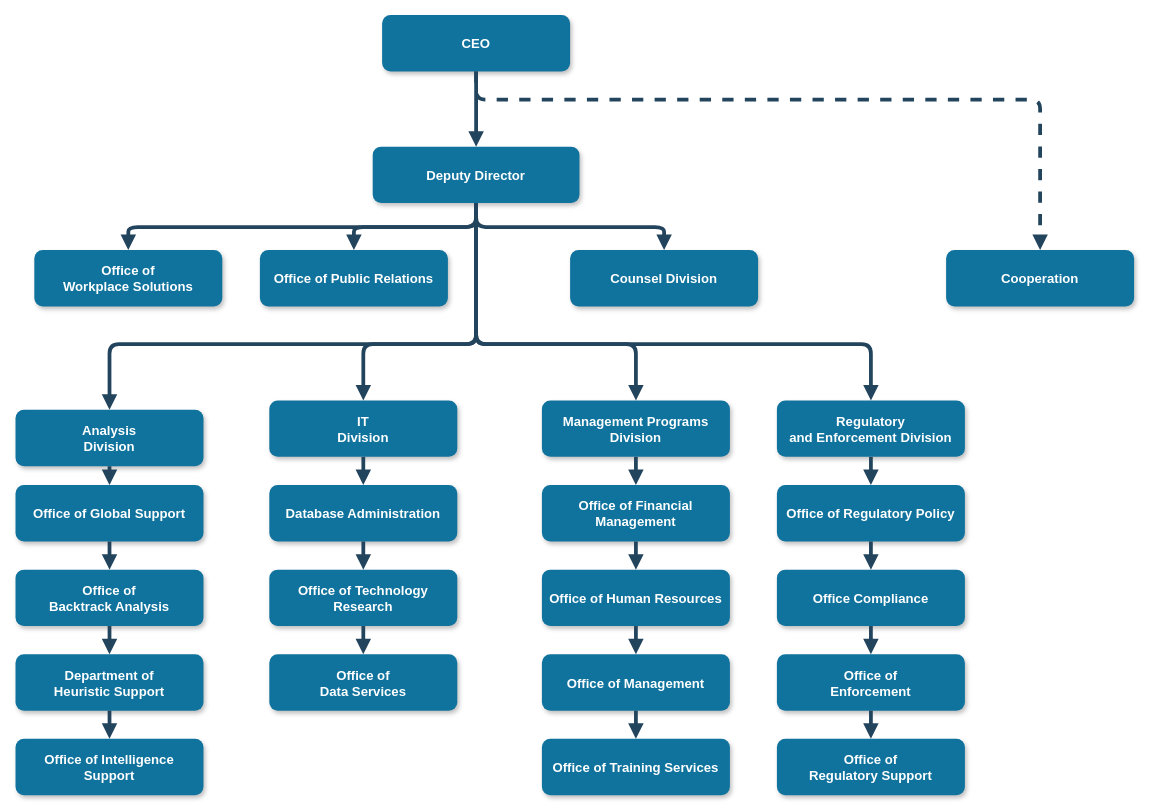
This is organization.drawio from yuanalexwu/chart, a draw.io file, before an edit. Source tidied: cells renumbered, new cells numbered last; positions are measured from the earlier drawing's top-left corner, leaving out a move shared by most shapes. Both pictures are drawn from the tidied source at 94%, with x=0, y=0 at pixel (15, 15).
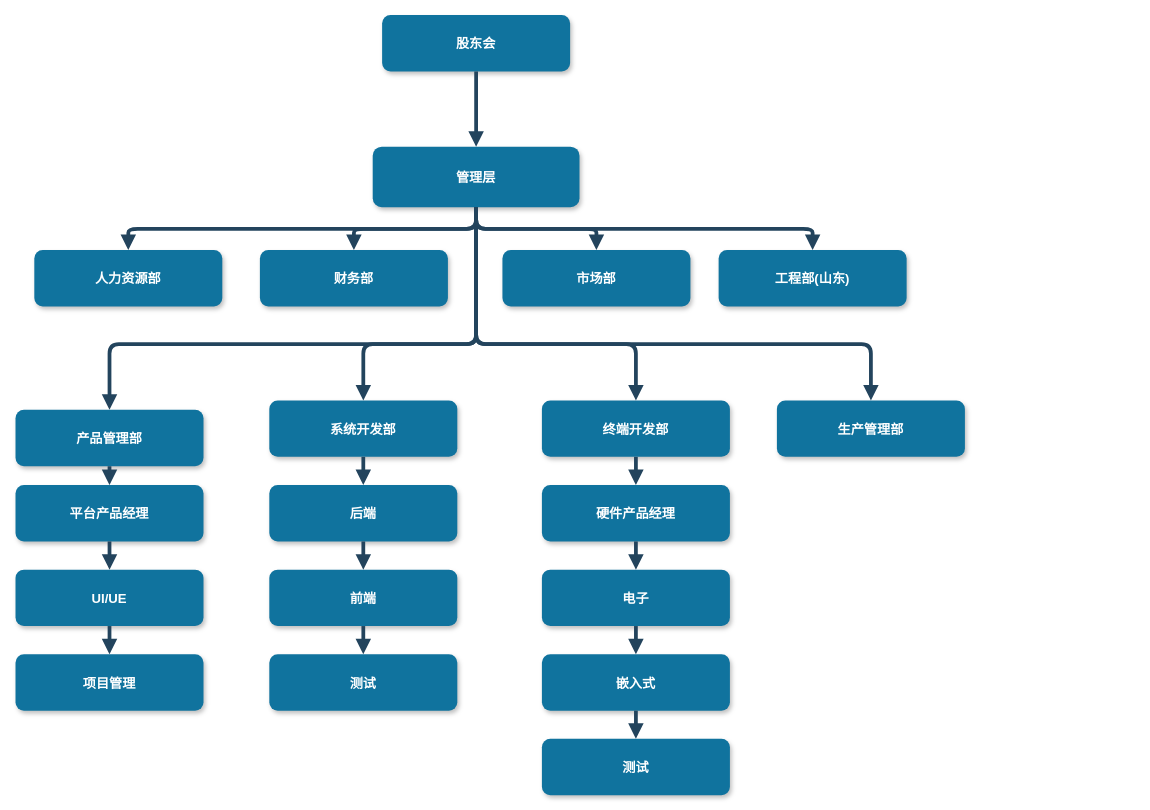
The same page after the edit.

Diff of the diagram source:
```diff
@@
-    <mxCell id="2" value="CEO" style="rounded=1;fillColor=#10739E;strokeColor=none;shadow=1;gradientColor=none;fontStyle=1;fontColor=#FFFFFF;fontSize=14;" parent="1" vertex="1">
+    <mxCell id="2" value="股东会" style="rounded=1;fillColor=#10739E;strokeColor=none;shadow=1;gradientColor=none;fontStyle=1;fontColor=#FFFFFF;fontSize=14;" parent="1" vertex="1">
       <mxGeometry x="390" y="-0.5" width="200" height="60" as="geometry" />
     </mxCell>
-    <mxCell id="3" value="Deputy Director" style="rounded=1;fillColor=#10739E;strokeColor=none;shadow=1;gradientColor=none;fontStyle=1;fontColor=#FFFFFF;fontSize=14;" parent="1" vertex="1">
-      <mxGeometry x="380" y="139.5" width="220" height="60" as="geometry" />
+    <mxCell id="3" value="管理层" style="rounded=1;fillColor=#10739E;strokeColor=none;shadow=1;gradientColor=none;fontStyle=1;fontColor=#FFFFFF;fontSize=14;" parent="1" vertex="1">
+      <mxGeometry x="380" y="139.5" width="220" height="64.5" as="geometry" />
     </mxCell>
-    <mxCell id="4" value="Office of &#10;Workplace Solutions" style="rounded=1;fillColor=#10739E;strokeColor=none;shadow=1;gradientColor=none;fontStyle=1;fontColor=#FFFFFF;fontSize=14;" parent="1" vertex="1">
+    <mxCell id="4" value="人力资源部" style="rounded=1;fillColor=#10739E;strokeColor=none;shadow=1;gradientColor=none;fontStyle=1;fontColor=#FFFFFF;fontSize=14;" parent="1" vertex="1">
       <mxGeometry x="20" y="249.5" width="200" height="60" as="geometry" />
     </mxCell>
-    <mxCell id="5" value="Office of Public Relations" style="rounded=1;fillColor=#10739E;strokeColor=none;shadow=1;gradientColor=none;fontStyle=1;fontColor=#FFFFFF;fontSize=14;" parent="1" vertex="1">
+    <mxCell id="5" value="财务部" style="rounded=1;fillColor=#10739E;strokeColor=none;shadow=1;gradientColor=none;fontStyle=1;fontColor=#FFFFFF;fontSize=14;" parent="1" vertex="1">
       <mxGeometry x="260" y="249.5" width="200" height="60" as="geometry" />
     </mxCell>
-    <mxCell id="6" value="Counsel Division" style="rounded=1;fillColor=#10739E;strokeColor=none;shadow=1;gradientColor=none;fontStyle=1;fontColor=#FFFFFF;fontSize=14;" parent="1" vertex="1">
-      <mxGeometry x="590" y="249.5" width="200" height="60" as="geometry" />
-    </mxCell>
-    <mxCell id="7" value="Cooperation" style="rounded=1;fillColor=#10739E;strokeColor=none;shadow=1;gradientColor=none;fontStyle=1;fontColor=#FFFFFF;fontSize=14;" parent="1" vertex="1">
-      <mxGeometry x="990" y="249.5" width="200" height="60" as="geometry" />
-    </mxCell>
-    <mxCell id="8" value="Analysis &#10;Division" style="rounded=1;fillColor=#10739E;strokeColor=none;shadow=1;gradientColor=none;fontStyle=1;fontColor=#FFFFFF;fontSize=14;" parent="1" vertex="1">
+    <mxCell id="8" value="产品管理部" style="rounded=1;fillColor=#10739E;strokeColor=none;shadow=1;gradientColor=none;fontStyle=1;fontColor=#FFFFFF;fontSize=14;" parent="1" vertex="1">
       <mxGeometry y="419.5" width="200" height="60" as="geometry" />
     </mxCell>
-    <mxCell id="9" value="Office of Global Support" style="rounded=1;fillColor=#10739E;strokeColor=none;shadow=1;gradientColor=none;fontStyle=1;fontColor=#FFFFFF;fontSize=14;" parent="1" vertex="1">
+    <mxCell id="9" value="平台产品经理" style="rounded=1;fillColor=#10739E;strokeColor=none;shadow=1;gradientColor=none;fontStyle=1;fontColor=#FFFFFF;fontSize=14;" parent="1" vertex="1">
       <mxGeometry y="499.5" width="200" height="60" as="geometry" />
     </mxCell>
-    <mxCell id="10" value="Office of &#10;Backtrack Analysis" style="rounded=1;fillColor=#10739E;strokeColor=none;shadow=1;gradientColor=none;fontStyle=1;fontColor=#FFFFFF;fontSize=14;" parent="1" vertex="1">
+    <mxCell id="10" value="UI/UE" style="rounded=1;fillColor=#10739E;strokeColor=none;shadow=1;gradientColor=none;fontStyle=1;fontColor=#FFFFFF;fontSize=14;" parent="1" vertex="1">
       <mxGeometry y="589.5" width="200" height="60" as="geometry" />
     </mxCell>
-    <mxCell id="11" value="Department of &#10;Heuristic Support" style="rounded=1;fillColor=#10739E;strokeColor=none;shadow=1;gradientColor=none;fontStyle=1;fontColor=#FFFFFF;fontSize=14;" parent="1" vertex="1">
+    <mxCell id="11" value="项目管理" style="rounded=1;fillColor=#10739E;strokeColor=none;shadow=1;gradientColor=none;fontStyle=1;fontColor=#FFFFFF;fontSize=14;" parent="1" vertex="1">
       <mxGeometry y="679.5" width="200" height="60" as="geometry" />
     </mxCell>
-    <mxCell id="12" value="Office of Intelligence &#10;Support" style="rounded=1;fillColor=#10739E;strokeColor=none;shadow=1;gradientColor=none;fontStyle=1;fontColor=#FFFFFF;fontSize=14;" parent="1" vertex="1">
-      <mxGeometry y="769.5" width="200" height="60" as="geometry" />
-    </mxCell>
-    <mxCell id="13" value="IT&#10;Division" style="rounded=1;fillColor=#10739E;strokeColor=none;shadow=1;gradientColor=none;fontStyle=1;fontColor=#FFFFFF;fontSize=14;" parent="1" vertex="1">
+    <mxCell id="13" value="系统开发部" style="rounded=1;fillColor=#10739E;strokeColor=none;shadow=1;gradientColor=none;fontStyle=1;fontColor=#FFFFFF;fontSize=14;" parent="1" vertex="1">
       <mxGeometry x="270" y="409.5" width="200" height="60" as="geometry" />
     </mxCell>
-    <mxCell id="14" value="Database Administration" style="rounded=1;fillColor=#10739E;strokeColor=none;shadow=1;gradientColor=none;fontStyle=1;fontColor=#FFFFFF;fontSize=14;" parent="1" vertex="1">
+    <mxCell id="14" value="后端" style="rounded=1;fillColor=#10739E;strokeColor=none;shadow=1;gradientColor=none;fontStyle=1;fontColor=#FFFFFF;fontSize=14;" parent="1" vertex="1">
       <mxGeometry x="270" y="499.5" width="200" height="60" as="geometry" />
     </mxCell>
-    <mxCell id="15" value="Office of Technology &#10;Research" style="rounded=1;fillColor=#10739E;strokeColor=none;shadow=1;gradientColor=none;fontStyle=1;fontColor=#FFFFFF;fontSize=14;" parent="1" vertex="1">
+    <mxCell id="15" value="前端" style="rounded=1;fillColor=#10739E;strokeColor=none;shadow=1;gradientColor=none;fontStyle=1;fontColor=#FFFFFF;fontSize=14;" parent="1" vertex="1">
       <mxGeometry x="270" y="589.5" width="200" height="60" as="geometry" />
     </mxCell>
-    <mxCell id="16" value="Office of&#10;Data Services" style="rounded=1;fillColor=#10739E;strokeColor=none;shadow=1;gradientColor=none;fontStyle=1;fontColor=#FFFFFF;fontSize=14;" parent="1" vertex="1">
+    <mxCell id="16" value="测试" style="rounded=1;fillColor=#10739E;strokeColor=none;shadow=1;gradientColor=none;fontStyle=1;fontColor=#FFFFFF;fontSize=14;" parent="1" vertex="1">
       <mxGeometry x="270" y="679.5" width="200" height="60" as="geometry" />
     </mxCell>
-    <mxCell id="17" value="Management Programs &#10;Division" style="rounded=1;fillColor=#10739E;strokeColor=none;shadow=1;gradientColor=none;fontStyle=1;fontColor=#FFFFFF;fontSize=14;" parent="1" vertex="1">
+    <mxCell id="17" value="终端开发部" style="rounded=1;fillColor=#10739E;strokeColor=none;shadow=1;gradientColor=none;fontStyle=1;fontColor=#FFFFFF;fontSize=14;" parent="1" vertex="1">
       <mxGeometry x="560" y="409.5" width="200" height="60" as="geometry" />
     </mxCell>
-    <mxCell id="18" value="Office of Financial &#10;Management" style="rounded=1;fillColor=#10739E;strokeColor=none;shadow=1;gradientColor=none;fontStyle=1;fontColor=#FFFFFF;fontSize=14;" parent="1" vertex="1">
+    <mxCell id="18" value="硬件产品经理" style="rounded=1;fillColor=#10739E;strokeColor=none;shadow=1;gradientColor=none;fontStyle=1;fontColor=#FFFFFF;fontSize=14;" parent="1" vertex="1">
       <mxGeometry x="560" y="499.5" width="200" height="60" as="geometry" />
     </mxCell>
-    <mxCell id="19" value="Office of Human Resources" style="rounded=1;fillColor=#10739E;strokeColor=none;shadow=1;gradientColor=none;fontStyle=1;fontColor=#FFFFFF;fontSize=14;" parent="1" vertex="1">
+    <mxCell id="19" value="电子" style="rounded=1;fillColor=#10739E;strokeColor=none;shadow=1;gradientColor=none;fontStyle=1;fontColor=#FFFFFF;fontSize=14;" parent="1" vertex="1">
       <mxGeometry x="560" y="589.5" width="200" height="60" as="geometry" />
     </mxCell>
-    <mxCell id="20" value="Office of Management " style="rounded=1;fillColor=#10739E;strokeColor=none;shadow=1;gradientColor=none;fontStyle=1;fontColor=#FFFFFF;fontSize=14;" parent="1" vertex="1">
+    <mxCell id="20" value="嵌入式" style="rounded=1;fillColor=#10739E;strokeColor=none;shadow=1;gradientColor=none;fontStyle=1;fontColor=#FFFFFF;fontSize=14;" parent="1" vertex="1">
       <mxGeometry x="560" y="679.5" width="200" height="60" as="geometry" />
     </mxCell>
-    <mxCell id="21" value="Office of Training Services" style="rounded=1;fillColor=#10739E;strokeColor=none;shadow=1;gradientColor=none;fontStyle=1;fontColor=#FFFFFF;fontSize=14;" parent="1" vertex="1">
+    <mxCell id="21" value="测试" style="rounded=1;fillColor=#10739E;strokeColor=none;shadow=1;gradientColor=none;fontStyle=1;fontColor=#FFFFFF;fontSize=14;" parent="1" vertex="1">
       <mxGeometry x="560" y="769.5" width="200" height="60" as="geometry" />
     </mxCell>
-    <mxCell id="22" value="Regulatory &#10;and Enforcement Division" style="rounded=1;fillColor=#10739E;strokeColor=none;shadow=1;gradientColor=none;fontStyle=1;fontColor=#FFFFFF;fontSize=14;" parent="1" vertex="1">
+    <mxCell id="22" value="生产管理部" style="rounded=1;fillColor=#10739E;strokeColor=none;shadow=1;gradientColor=none;fontStyle=1;fontColor=#FFFFFF;fontSize=14;" parent="1" vertex="1">
       <mxGeometry x="810" y="409.5" width="200" height="60" as="geometry" />
     </mxCell>
-    <mxCell id="23" value="Office of Regulatory Policy" style="rounded=1;fillColor=#10739E;strokeColor=none;shadow=1;gradientColor=none;fontStyle=1;fontColor=#FFFFFF;fontSize=14;" parent="1" vertex="1">
-      <mxGeometry x="810" y="499.5" width="200" height="60" as="geometry" />
-    </mxCell>
-    <mxCell id="24" value="Office Compliance" style="rounded=1;fillColor=#10739E;strokeColor=none;shadow=1;gradientColor=none;fontStyle=1;fontColor=#FFFFFF;fontSize=14;" parent="1" vertex="1">
-      <mxGeometry x="810" y="589.5" width="200" height="60" as="geometry" />
-    </mxCell>
-    <mxCell id="25" value="Office of &#10;Enforcement" style="rounded=1;fillColor=#10739E;strokeColor=none;shadow=1;gradientColor=none;fontStyle=1;fontColor=#FFFFFF;fontSize=14;" parent="1" vertex="1">
-      <mxGeometry x="810" y="679.5" width="200" height="60" as="geometry" />
-    </mxCell>
-    <mxCell id="26" value="Office of&#10; Regulatory Support" style="rounded=1;fillColor=#10739E;strokeColor=none;shadow=1;gradientColor=none;fontStyle=1;fontColor=#FFFFFF;fontSize=14;" parent="1" vertex="1">
-      <mxGeometry x="810" y="769.5" width="200" height="60" as="geometry" />
-    </mxCell>
@@
-    <mxCell id="30" style="edgeStyle=elbowEdgeStyle;elbow=vertical;strokeWidth=4;endArrow=block;endFill=1;fontStyle=1;strokeColor=#23445D;" parent="1" edge="1" source="3" target="6">
-      <mxGeometry x="22" y="165.5" as="geometry" />
-    </mxCell>
-    <mxCell id="31" style="edgeStyle=elbowEdgeStyle;elbow=vertical;strokeWidth=4;endArrow=block;endFill=1;fontStyle=1;dashed=1;strokeColor=#23445D;" parent="1" edge="1" source="2" target="7">
-      <mxGeometry x="22" y="165.5" as="geometry">
-        <Array as="points">
-          <mxPoint x="780" y="89.5" />
-        </Array>
-      </mxGeometry>
-    </mxCell>
@@
-    <mxCell id="37" style="edgeStyle=elbowEdgeStyle;elbow=vertical;strokeWidth=4;endArrow=block;endFill=1;fontStyle=1;strokeColor=#23445D;" parent="1" edge="1" source="11" target="12">
-      <mxGeometry x="62" y="195.5" as="geometry" />
-    </mxCell>
@@
-    <mxCell id="45" style="edgeStyle=elbowEdgeStyle;elbow=vertical;strokeWidth=4;endArrow=block;endFill=1;fontStyle=1;strokeColor=#23445D;" parent="1" edge="1" source="22" target="23">
-      <mxGeometry x="72" y="165.5" as="geometry" />
-    </mxCell>
-    <mxCell id="46" style="edgeStyle=elbowEdgeStyle;elbow=vertical;strokeWidth=4;endArrow=block;endFill=1;fontStyle=1;strokeColor=#23445D;" parent="1" edge="1" source="23" target="24">
-      <mxGeometry x="72" y="175.5" as="geometry" />
-    </mxCell>
-    <mxCell id="47" style="edgeStyle=elbowEdgeStyle;elbow=vertical;strokeWidth=4;endArrow=block;endFill=1;fontStyle=1;strokeColor=#23445D;" parent="1" edge="1" source="24" target="25">
-      <mxGeometry x="72" y="185.5" as="geometry" />
-    </mxCell>
-    <mxCell id="48" style="edgeStyle=elbowEdgeStyle;elbow=vertical;strokeWidth=4;endArrow=block;endFill=1;fontStyle=1;strokeColor=#23445D;" parent="1" edge="1" source="25" target="26">
-      <mxGeometry x="72" y="195.5" as="geometry" />
-    </mxCell>
@@
+    <mxCell id="51" value="市场部" style="rounded=1;fillColor=#10739E;strokeColor=none;shadow=1;gradientColor=none;fontStyle=1;fontColor=#FFFFFF;fontSize=14;" parent="1" vertex="1">
+      <mxGeometry x="518" y="249.5" width="200" height="60" as="geometry" />
+    </mxCell>
+    <mxCell id="52" style="edgeStyle=elbowEdgeStyle;elbow=vertical;strokeWidth=4;endArrow=block;endFill=1;fontStyle=1;strokeColor=#23445D;" parent="1" edge="1" target="51">
+      <mxGeometry x="22" y="165.5" as="geometry">
+        <mxPoint x="490" y="204" as="sourcePoint" />
+      </mxGeometry>
+    </mxCell>
+    <mxCell id="53" value="工程部(山东)" style="rounded=1;fillColor=#10739E;strokeColor=none;shadow=1;gradientColor=none;fontStyle=1;fontColor=#FFFFFF;fontSize=14;" parent="1" vertex="1">
+      <mxGeometry x="748" y="249.5" width="200" height="60" as="geometry" />
+    </mxCell>
+    <mxCell id="54" style="edgeStyle=elbowEdgeStyle;elbow=vertical;strokeWidth=4;endArrow=block;endFill=1;fontStyle=1;strokeColor=#23445D;" parent="1" edge="1" target="53">
+      <mxGeometry x="22" y="165.5" as="geometry">
+        <mxPoint x="490" y="204" as="sourcePoint" />
+      </mxGeometry>
+    </mxCell>
```
